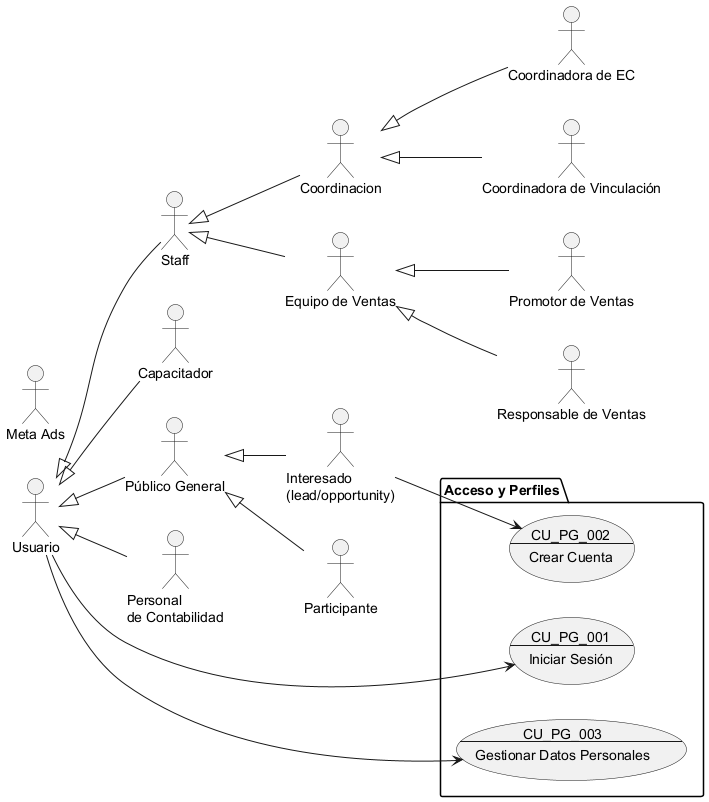
Above: Docs/Requerimientos/Diagramas/img/Acceso y Perfiles.png in Proyectos-Vinculacion-FMAT/ECFCA (PlantUML), before the change. Its diagram source:
```plantuml
@startuml Acceso y Perfiles

!include Actores.puml

package "Acceso y Perfiles"{
    usecase CU_PG_001 as "
    CU_PG_001
    ---
    Iniciar Sesión
    "
    usecase CU_PG_002 as "
    CU_PG_002
    ---
    Crear Cuenta
    "
    usecase CU_PG_003 as "
    CU_PG_003
    ---
    Gestionar Datos Personales
    "

    Usuario --> CU_PG_001
    Usuario --> CU_PG_003
    Interesado --> CU_PG_002

}


@enduml
```
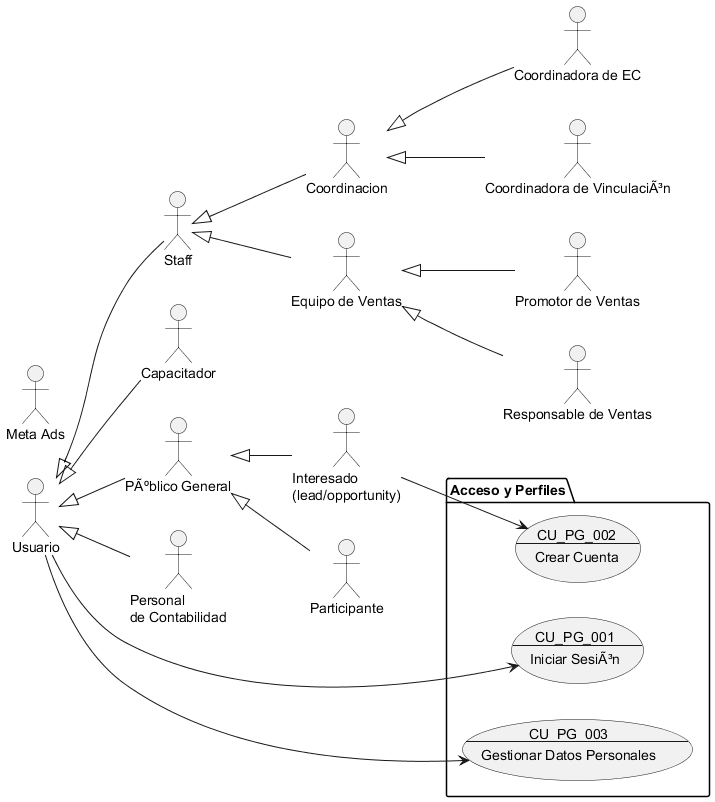
After the commit.

The edit, as a diff of the source:
```diff
@@ -6,7 +6,7 @@
     usecase CU_PG_001 as "
     CU_PG_001
     ---
-    Iniciar Sesión
+    Iniciar SesiÃ³n
     "
     usecase CU_PG_002 as "
     CU_PG_002
```
